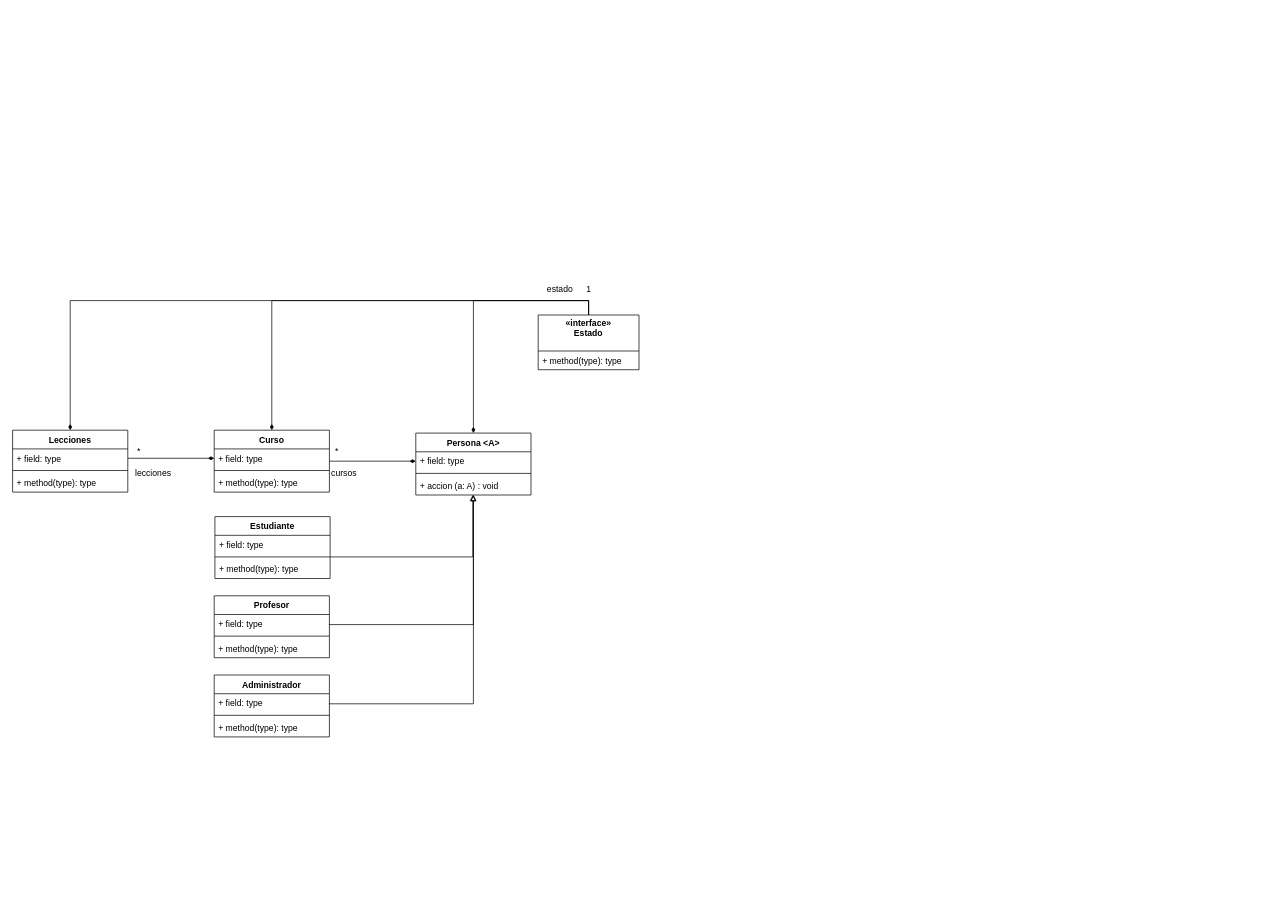
This is Propuesta1ProyectoDesarrollo.drawio from ernestod10/Diagramas, a draw.io file, before an edit. Source tidied: cells renumbered, new cells numbered last; positions are measured from the earlier drawing's top-left corner, leaving out a move shared by most shapes. Both pictures are drawn from the tidied source at 72%, with x=0, y=0 at pixel (12, 279).
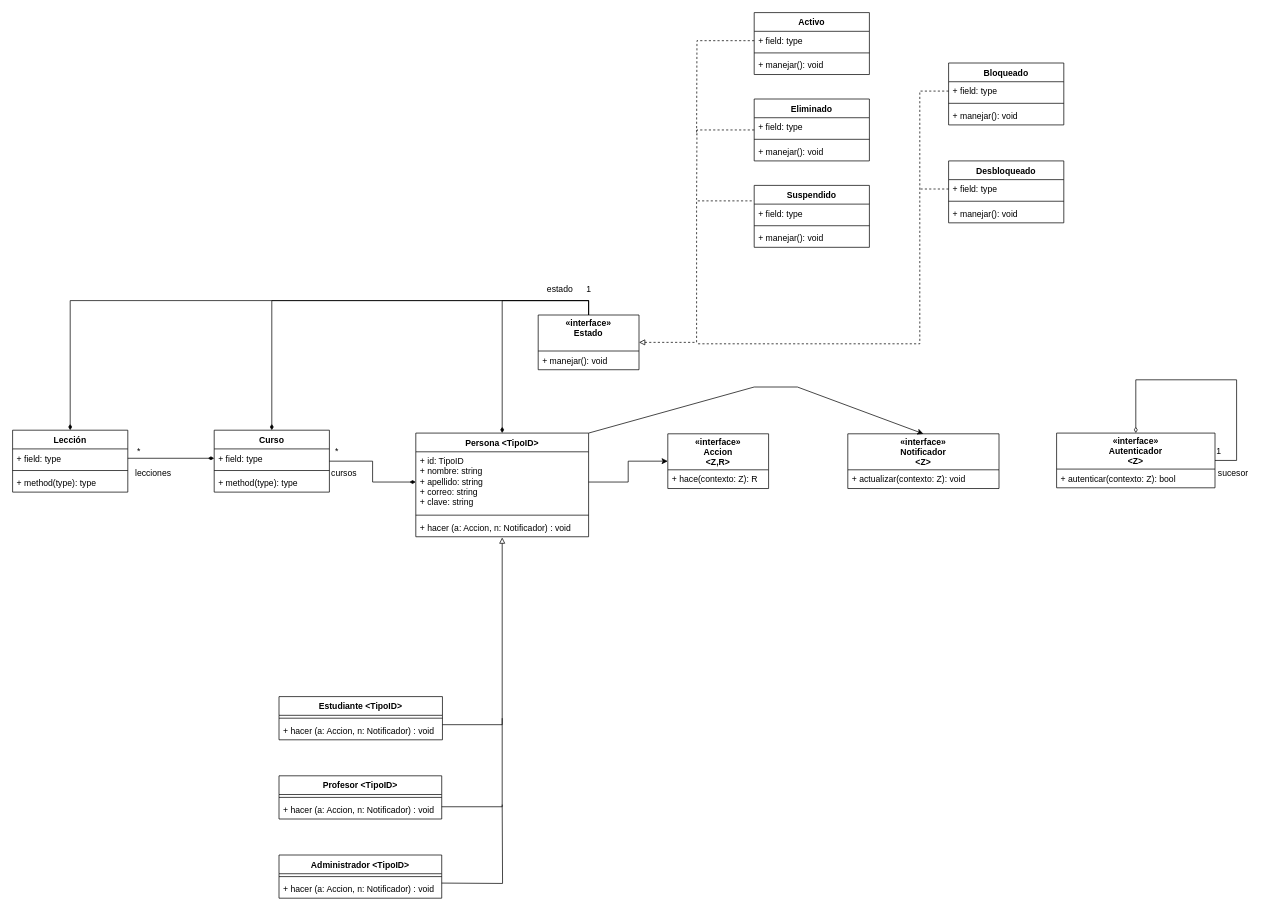
The same page after the edit.

Unchanged cells that the change refers to:
```xml
<mxCell id="21" value="«interface»&#10;Estado&#10;" style="swimlane;fontStyle=1;horizontal=1;startSize=50;fillColor=none;" parent="1" vertex="1">
  <mxGeometry x="730" y="50" width="140" height="76" as="geometry" />
</mxCell>
```

The edit, as a diff of the source:
```diff
@@
+    <mxCell id="42" style="rounded=0;jettySize=auto;html=1;exitX=1;exitY=0;exitDx=0;exitDy=0;entryX=0.5;entryY=0;entryDx=0;entryDy=0;strokeColor=default;endArrow=classic;endFill=1;" parent="1" edge="1" source="2" target="48">
+      <mxGeometry relative="1" as="geometry">
+        <Array as="points">
+          <mxPoint x="1030" y="150" />
+          <mxPoint x="1090" y="150" />
+        </Array>
+      </mxGeometry>
+    </mxCell>
-    <mxCell id="2" value="Persona &lt;A&gt;" style="swimlane;fontStyle=1;align=center;verticalAlign=top;horizontal=1;startSize=26;" parent="1" vertex="1">
-      <mxGeometry x="560" y="214" width="160" height="86" as="geometry" />
+    <mxCell id="2" value="Persona &lt;TipoID&gt;" style="swimlane;fontStyle=1;align=center;verticalAlign=top;horizontal=1;startSize=26;" parent="1" vertex="1">
+      <mxGeometry x="560" y="214" width="240" height="144" as="geometry" />
     </mxCell>
-    <mxCell id="3" value="+ field: type" style="text;strokeColor=none;fillColor=none;align=left;verticalAlign=top;spacingLeft=4;spacingRight=4;overflow=hidden;points=[[0,0.5],[1,0.5]];portConstraint=eastwest;" parent="2" vertex="1">
-      <mxGeometry y="26" width="160" height="26" as="geometry" />
+    <mxCell id="3" value="+ id: TipoID&#10;+ nombre: string&#10;+ apellido: string&#10;+ correo: string&#10;+ clave: string&#10;" style="text;strokeColor=none;fillColor=none;align=left;verticalAlign=top;spacingLeft=4;spacingRight=4;overflow=hidden;points=[[0,0.5],[1,0.5]];portConstraint=eastwest;" parent="2" vertex="1">
+      <mxGeometry y="26" width="240" height="84" as="geometry" />
     </mxCell>
     <mxCell id="4" style="line;strokeWidth=1;fillColor=none;align=left;verticalAlign=middle;spacingTop=-1;spacingLeft=3;spacingRight=3;labelPosition=right;strokeColor=inherit;" parent="2" vertex="1">
-      <mxGeometry y="52" width="160" height="8" as="geometry" />
+      <mxGeometry y="110" width="240" height="8" as="geometry" />
     </mxCell>
-    <mxCell id="5" value="+ accion (a: A) : void" style="text;strokeColor=none;fillColor=none;align=left;verticalAlign=top;spacingLeft=4;spacingRight=4;overflow=hidden;points=[[0,0.5],[1,0.5]];portConstraint=eastwest;" parent="2" vertex="1">
-      <mxGeometry y="60" width="160" height="26" as="geometry" />
+    <mxCell id="5" value="+ hacer (a: Accion, n: Notificador) : void" style="text;strokeColor=none;fillColor=none;align=left;verticalAlign=top;spacingLeft=4;spacingRight=4;overflow=hidden;points=[[0,0.5],[1,0.5]];portConstraint=eastwest;" parent="2" vertex="1">
+      <mxGeometry y="118" width="240" height="26" as="geometry" />
     </mxCell>
-    <mxCell id="6" value="Estudiante" style="swimlane;fontStyle=1;align=center;verticalAlign=top;horizontal=1;startSize=26;" parent="1" vertex="1">
-      <mxGeometry x="281" y="330" width="160" height="86" as="geometry" />
+    <mxCell id="6" value="Estudiante &lt;TipoID&gt;" style="swimlane;fontStyle=1;align=center;verticalAlign=top;horizontal=1;startSize=26;" parent="1" vertex="1">
+      <mxGeometry x="370" y="580" width="227" height="60" as="geometry" />
     </mxCell>
-    <mxCell id="7" value="+ field: type" style="text;strokeColor=none;fillColor=none;align=left;verticalAlign=top;spacingLeft=4;spacingRight=4;overflow=hidden;" parent="6" vertex="1">
-      <mxGeometry y="26" width="160" height="26" as="geometry" />
-    </mxCell>
     <mxCell id="8" style="line;strokeWidth=1;fillColor=none;align=left;verticalAlign=middle;spacingTop=-1;spacingLeft=3;spacingRight=3;labelPosition=right;points=[];portConstraint=eastwest;strokeColor=inherit;" parent="6" vertex="1">
-      <mxGeometry y="52" width="160" height="8" as="geometry" />
+      <mxGeometry y="26" width="227" height="8" as="geometry" />
     </mxCell>
-    <mxCell id="9" value="+ method(type): type" style="text;strokeColor=none;fillColor=none;align=left;verticalAlign=top;spacingLeft=4;spacingRight=4;overflow=hidden;" parent="6" vertex="1">
-      <mxGeometry y="60" width="160" height="26" as="geometry" />
+    <mxCell id="9" value="+ hacer (a: Accion, n: Notificador) : void" style="text;strokeColor=none;fillColor=none;align=left;verticalAlign=top;spacingLeft=4;spacingRight=4;overflow=hidden;" parent="6" vertex="1">
+      <mxGeometry y="34" width="227" height="26" as="geometry" />
     </mxCell>
+    <mxCell id="43" style="edgeStyle=orthogonalEdgeStyle;rounded=0;jettySize=auto;html=1;strokeColor=default;endArrow=none;endFill=0;" parent="1" edge="1" source="10">
+      <mxGeometry relative="1" as="geometry">
+        <mxPoint x="680" y="610" as="targetPoint" />
+        <Array as="points">
+          <mxPoint x="680" y="733" />
+        </Array>
+      </mxGeometry>
+    </mxCell>
-    <mxCell id="10" value="Profesor" style="swimlane;fontStyle=1;align=center;verticalAlign=top;horizontal=1;startSize=26;" parent="1" vertex="1">
-      <mxGeometry x="280" y="440" width="160" height="86" as="geometry" />
+    <mxCell id="10" value="Profesor &lt;TipoID&gt;" style="swimlane;fontStyle=1;align=center;verticalAlign=top;horizontal=1;startSize=26;" parent="1" vertex="1">
+      <mxGeometry x="370" y="690" width="226" height="60" as="geometry" />
     </mxCell>
-    <mxCell id="11" value="+ field: type" style="text;strokeColor=none;fillColor=none;align=left;verticalAlign=top;spacingLeft=4;spacingRight=4;overflow=hidden;points=[[0,0.5],[1,0.5]];portConstraint=eastwest;" parent="10" vertex="1">
-      <mxGeometry y="26" width="160" height="26" as="geometry" />
-    </mxCell>
     <mxCell id="12" style="line;strokeWidth=1;fillColor=none;align=left;verticalAlign=middle;spacingTop=-1;spacingLeft=3;spacingRight=3;labelPosition=right;strokeColor=inherit;" parent="10" vertex="1">
-      <mxGeometry y="52" width="160" height="8" as="geometry" />
+      <mxGeometry y="26" width="226" height="8" as="geometry" />
     </mxCell>
-    <mxCell id="13" value="+ method(type): type" style="text;strokeColor=none;fillColor=none;align=left;verticalAlign=top;spacingLeft=4;spacingRight=4;overflow=hidden;" parent="10" vertex="1">
-      <mxGeometry y="60" width="160" height="26" as="geometry" />
+    <mxCell id="13" value="+ hacer (a: Accion, n: Notificador) : void" style="text;strokeColor=none;fillColor=none;align=left;verticalAlign=top;spacingLeft=4;spacingRight=4;overflow=hidden;" parent="10" vertex="1">
+      <mxGeometry y="34" width="226" height="26" as="geometry" />
     </mxCell>
-    <mxCell id="14" value="Administrador" style="swimlane;fontStyle=1;align=center;verticalAlign=top;horizontal=1;startSize=26;" parent="1" vertex="1">
-      <mxGeometry x="280" y="550" width="160" height="86" as="geometry" />
+    <mxCell id="14" value="Administrador &lt;TipoID&gt;" style="swimlane;fontStyle=1;align=center;verticalAlign=top;horizontal=1;startSize=26;" parent="1" vertex="1">
+      <mxGeometry x="370" y="800" width="226" height="60" as="geometry" />
     </mxCell>
-    <mxCell id="15" value="+ field: type" style="text;strokeColor=none;fillColor=none;align=left;verticalAlign=top;spacingLeft=4;spacingRight=4;overflow=hidden;points=[[0,0.5],[1,0.5]];portConstraint=eastwest;" parent="14" vertex="1">
-      <mxGeometry y="26" width="160" height="26" as="geometry" />
-    </mxCell>
     <mxCell id="16" style="line;strokeWidth=1;fillColor=none;align=left;verticalAlign=middle;spacingTop=-1;spacingLeft=3;spacingRight=3;labelPosition=right;strokeColor=inherit;" parent="14" vertex="1">
-      <mxGeometry y="52" width="160" height="8" as="geometry" />
+      <mxGeometry y="26" width="226" height="8" as="geometry" />
     </mxCell>
-    <mxCell id="17" value="+ method(type): type" style="text;strokeColor=none;fillColor=none;align=left;verticalAlign=top;spacingLeft=4;spacingRight=4;overflow=hidden;" parent="14" vertex="1">
-      <mxGeometry y="60" width="160" height="26" as="geometry" />
+    <mxCell id="17" value="+ hacer (a: Accion, n: Notificador) : void" style="text;strokeColor=none;fillColor=none;align=left;verticalAlign=top;spacingLeft=4;spacingRight=4;overflow=hidden;" parent="14" vertex="1">
+      <mxGeometry y="34" width="226" height="26" as="geometry" />
     </mxCell>
@@
+    <mxCell id="44" style="edgeStyle=orthogonalEdgeStyle;rounded=0;jettySize=auto;html=1;entryX=0;entryY=0.25;entryDx=0;entryDy=0;strokeColor=default;endArrow=none;endFill=0;startArrow=block;startFill=0;dashed=1;" parent="1" edge="1" source="21" target="57">
+      <mxGeometry relative="1" as="geometry" />
+    </mxCell>
@@
-    <mxCell id="22" value="+ method(type): type" style="text;strokeColor=none;fillColor=none;align=left;verticalAlign=top;spacingLeft=4;spacingRight=4;overflow=hidden;" parent="21" vertex="1">
+    <mxCell id="22" value="+ manejar(): void" style="text;strokeColor=none;fillColor=none;align=left;verticalAlign=top;spacingLeft=4;spacingRight=4;overflow=hidden;" parent="21" vertex="1">
       <mxGeometry y="50" width="140" height="26" as="geometry" />
     </mxCell>
@@
-    <mxCell id="30" value="Lecciones" style="swimlane;fontStyle=1;align=center;verticalAlign=top;horizontal=1;startSize=26;" parent="1" vertex="1">
+    <mxCell id="30" value="Lección" style="swimlane;fontStyle=1;align=center;verticalAlign=top;horizontal=1;startSize=26;" parent="1" vertex="1">
       <mxGeometry y="210" width="160" height="86" as="geometry" />
     </mxCell>
@@
-    <mxCell id="39" style="edgeStyle=orthogonalEdgeStyle;rounded=0;jettySize=auto;html=1;entryX=0.495;entryY=0.987;entryDx=0;entryDy=0;entryPerimeter=0;endArrow=block;endFill=0;" parent="1" edge="1" source="8" target="5">
-      <mxGeometry relative="1" as="geometry">
-        <Array as="points">
-          <mxPoint x="639" y="386" />
-        </Array>
-      </mxGeometry>
-    </mxCell>
-    <mxCell id="40" style="edgeStyle=orthogonalEdgeStyle;rounded=0;jettySize=auto;html=1;endArrow=block;endFill=0;exitX=1;exitY=0.5;exitDx=0;exitDy=0;strokeColor=default;" parent="1" edge="1" source="11">
-      <mxGeometry relative="1" as="geometry">
-        <mxPoint x="640" y="300" as="targetPoint" />
-        <Array as="points">
-          <mxPoint x="640" y="480" />
-        </Array>
-      </mxGeometry>
-    </mxCell>
-    <mxCell id="41" style="edgeStyle=orthogonalEdgeStyle;rounded=0;jettySize=auto;html=1;endArrow=block;endFill=0;exitX=1;exitY=0.5;exitDx=0;exitDy=0;strokeColor=default;" parent="1" edge="1" source="15" target="5">
-      <mxGeometry relative="1" as="geometry">
-        <Array as="points">
-          <mxPoint x="440" y="590" />
-          <mxPoint x="640" y="590" />
-        </Array>
-      </mxGeometry>
-    </mxCell>
+    <mxCell id="45" value="«interface»&#10;Accion&#10;&lt;Z,R&gt;" style="swimlane;fontStyle=1;horizontal=1;startSize=50;fillColor=none;" parent="1" vertex="1">
+      <mxGeometry x="910" y="215" width="140" height="76" as="geometry" />
+    </mxCell>
+    <mxCell id="46" value="+ hace(contexto: Z): R" style="text;strokeColor=none;fillColor=none;align=left;verticalAlign=top;spacingLeft=4;spacingRight=4;overflow=hidden;" parent="45" vertex="1">
+      <mxGeometry y="50" width="140" height="26" as="geometry" />
+    </mxCell>
+    <mxCell id="47" style="edgeStyle=orthogonalEdgeStyle;rounded=0;jettySize=auto;html=1;exitX=1;exitY=0.5;exitDx=0;exitDy=0;entryX=0;entryY=0.5;entryDx=0;entryDy=0;strokeColor=default;endArrow=classic;endFill=1;" parent="1" edge="1" source="3" target="45">
+      <mxGeometry relative="1" as="geometry" />
+    </mxCell>
+    <mxCell id="48" value="«interface»&#10;Notificador&#10;&lt;Z&gt;" style="swimlane;fontStyle=1;horizontal=1;startSize=50;fillColor=none;" parent="1" vertex="1">
+      <mxGeometry x="1160" y="215" width="210" height="76" as="geometry" />
+    </mxCell>
+    <mxCell id="49" value="+ actualizar(contexto: Z): void" style="text;strokeColor=none;fillColor=none;align=left;verticalAlign=top;spacingLeft=4;spacingRight=4;overflow=hidden;" parent="48" vertex="1">
+      <mxGeometry y="50" width="210" height="26" as="geometry" />
+    </mxCell>
+    <mxCell id="50" value="«interface»&#10;Autenticador&#10;&lt;Z&gt;" style="swimlane;fontStyle=1;horizontal=1;startSize=50;fillColor=none;" parent="1" vertex="1">
+      <mxGeometry x="1450" y="214" width="220" height="76" as="geometry" />
+    </mxCell>
+    <mxCell id="51" value="+ autenticar(contexto: Z): bool" style="text;strokeColor=none;fillColor=none;align=left;verticalAlign=top;spacingLeft=4;spacingRight=4;overflow=hidden;" parent="50" vertex="1">
+      <mxGeometry y="50" width="220" height="26" as="geometry" />
+    </mxCell>
+    <mxCell id="52" style="edgeStyle=orthogonalEdgeStyle;rounded=0;orthogonalLoop=1;jettySize=auto;html=1;exitX=1;exitY=0.5;exitDx=0;exitDy=0;entryX=0.5;entryY=0;entryDx=0;entryDy=0;strokeColor=default;endArrow=diamondThin;endFill=0;" parent="1" edge="1" source="50" target="50">
+      <mxGeometry relative="1" as="geometry">
+        <Array as="points">
+          <mxPoint x="1700" y="252" />
+          <mxPoint x="1700" y="140" />
+          <mxPoint x="1560" y="140" />
+        </Array>
+      </mxGeometry>
+    </mxCell>
+    <mxCell id="53" value="1" style="text;html=1;align=center;verticalAlign=middle;strokeColor=none;fillColor=none;" parent="1" vertex="1">
+      <mxGeometry x="1660" y="225" width="30" height="30" as="geometry" />
+    </mxCell>
+    <mxCell id="54" value="sucesor" style="text;html=1;align=center;verticalAlign=middle;strokeColor=none;fillColor=none;" parent="1" vertex="1">
+      <mxGeometry x="1660" y="255" width="70" height="30" as="geometry" />
+    </mxCell>
+    <mxCell id="55" style="edgeStyle=orthogonalEdgeStyle;rounded=0;orthogonalLoop=1;jettySize=auto;html=1;strokeColor=default;endArrow=block;endFill=0;" parent="1" edge="1">
+      <mxGeometry relative="1" as="geometry">
+        <mxPoint x="597" y="619" as="sourcePoint" />
+        <mxPoint x="680" y="359" as="targetPoint" />
+        <Array as="points">
+          <mxPoint x="680" y="619" />
+          <mxPoint x="680" y="359" />
+        </Array>
+      </mxGeometry>
+    </mxCell>
+    <mxCell id="56" style="edgeStyle=orthogonalEdgeStyle;rounded=0;orthogonalLoop=1;jettySize=auto;html=1;strokeColor=default;endArrow=none;endFill=0;" parent="1" edge="1">
+      <mxGeometry relative="1" as="geometry">
+        <mxPoint x="596" y="839" as="sourcePoint" />
+        <mxPoint x="680" y="730" as="targetPoint" />
+      </mxGeometry>
+    </mxCell>
+    <mxCell id="57" value="Suspendido" style="swimlane;fontStyle=1;align=center;verticalAlign=top;horizontal=1;startSize=26;" parent="1" vertex="1">
+      <mxGeometry x="1030" y="-130" width="160" height="86" as="geometry" />
+    </mxCell>
+    <mxCell id="58" value="+ field: type" style="text;strokeColor=none;fillColor=none;align=left;verticalAlign=top;spacingLeft=4;spacingRight=4;overflow=hidden;" parent="57" vertex="1">
+      <mxGeometry y="26" width="160" height="26" as="geometry" />
+    </mxCell>
+    <mxCell id="59" style="line;strokeWidth=1;fillColor=none;align=left;verticalAlign=middle;spacingTop=-1;spacingLeft=3;spacingRight=3;labelPosition=right;strokeColor=inherit;" parent="57" vertex="1">
+      <mxGeometry y="52" width="160" height="8" as="geometry" />
+    </mxCell>
+    <mxCell id="60" value="+ manejar(): void" style="text;strokeColor=none;fillColor=none;align=left;verticalAlign=top;spacingLeft=4;spacingRight=4;overflow=hidden;" parent="57" vertex="1">
+      <mxGeometry y="60" width="160" height="26" as="geometry" />
+    </mxCell>
+    <mxCell id="61" style="edgeStyle=orthogonalEdgeStyle;rounded=0;jettySize=auto;html=1;dashed=1;strokeColor=default;startArrow=none;startFill=0;endArrow=none;endFill=0;" parent="1" edge="1" source="62">
+      <mxGeometry relative="1" as="geometry">
+        <mxPoint x="950" y="-110" as="targetPoint" />
+      </mxGeometry>
+    </mxCell>
+    <mxCell id="62" value="Eliminado" style="swimlane;fontStyle=1;align=center;verticalAlign=top;horizontal=1;startSize=26;" parent="1" vertex="1">
+      <mxGeometry x="1030" y="-250" width="160" height="86" as="geometry" />
+    </mxCell>
+    <mxCell id="63" value="+ field: type" style="text;strokeColor=none;fillColor=none;align=left;verticalAlign=top;spacingLeft=4;spacingRight=4;overflow=hidden;" parent="62" vertex="1">
+      <mxGeometry y="26" width="160" height="26" as="geometry" />
+    </mxCell>
+    <mxCell id="64" style="line;strokeWidth=1;fillColor=none;align=left;verticalAlign=middle;spacingTop=-1;spacingLeft=3;spacingRight=3;labelPosition=right;strokeColor=inherit;" parent="62" vertex="1">
+      <mxGeometry y="52" width="160" height="8" as="geometry" />
+    </mxCell>
+    <mxCell id="65" value="+ manejar(): void" style="text;strokeColor=none;fillColor=none;align=left;verticalAlign=top;spacingLeft=4;spacingRight=4;overflow=hidden;" parent="62" vertex="1">
+      <mxGeometry y="60" width="160" height="26" as="geometry" />
+    </mxCell>
+    <mxCell id="66" value="Activo" style="swimlane;fontStyle=1;align=center;verticalAlign=top;horizontal=1;startSize=26;" parent="1" vertex="1">
+      <mxGeometry x="1030" y="-370" width="160" height="86" as="geometry" />
+    </mxCell>
+    <mxCell id="67" value="+ field: type" style="text;strokeColor=none;fillColor=none;align=left;verticalAlign=top;spacingLeft=4;spacingRight=4;overflow=hidden;points=[[0,0.5],[1,0.5]];portConstraint=eastwest;" parent="66" vertex="1">
+      <mxGeometry y="26" width="160" height="26" as="geometry" />
+    </mxCell>
+    <mxCell id="68" style="line;strokeWidth=1;fillColor=none;align=left;verticalAlign=middle;spacingTop=-1;spacingLeft=3;spacingRight=3;labelPosition=right;strokeColor=inherit;" parent="66" vertex="1">
+      <mxGeometry y="52" width="160" height="8" as="geometry" />
+    </mxCell>
+    <mxCell id="69" value="+ manejar(): void" style="text;strokeColor=none;fillColor=none;align=left;verticalAlign=top;spacingLeft=4;spacingRight=4;overflow=hidden;" parent="66" vertex="1">
+      <mxGeometry y="60" width="160" height="26" as="geometry" />
+    </mxCell>
+    <mxCell id="70" value="Bloqueado" style="swimlane;fontStyle=1;align=center;verticalAlign=top;horizontal=1;startSize=26;" parent="1" vertex="1">
+      <mxGeometry x="1300" y="-300" width="160" height="86" as="geometry" />
+    </mxCell>
+    <mxCell id="71" value="+ field: type" style="text;strokeColor=none;fillColor=none;align=left;verticalAlign=top;spacingLeft=4;spacingRight=4;overflow=hidden;points=[[0,0.5],[1,0.5]];portConstraint=eastwest;" parent="70" vertex="1">
+      <mxGeometry y="26" width="160" height="26" as="geometry" />
+    </mxCell>
+    <mxCell id="72" style="line;strokeWidth=1;fillColor=none;align=left;verticalAlign=middle;spacingTop=-1;spacingLeft=3;spacingRight=3;labelPosition=right;strokeColor=inherit;" parent="70" vertex="1">
+      <mxGeometry y="52" width="160" height="8" as="geometry" />
+    </mxCell>
+    <mxCell id="73" value="+ manejar(): void" style="text;strokeColor=none;fillColor=none;align=left;verticalAlign=top;spacingLeft=4;spacingRight=4;overflow=hidden;" parent="70" vertex="1">
+      <mxGeometry y="60" width="160" height="26" as="geometry" />
+    </mxCell>
+    <mxCell id="74" value="Desbloqueado" style="swimlane;fontStyle=1;align=center;verticalAlign=top;horizontal=1;startSize=26;" parent="1" vertex="1">
+      <mxGeometry x="1300" y="-164" width="160" height="86" as="geometry" />
+    </mxCell>
+    <mxCell id="75" value="+ field: type" style="text;strokeColor=none;fillColor=none;align=left;verticalAlign=top;spacingLeft=4;spacingRight=4;overflow=hidden;points=[[0,0.5],[1,0.5]];portConstraint=eastwest;" parent="74" vertex="1">
+      <mxGeometry y="26" width="160" height="26" as="geometry" />
+    </mxCell>
+    <mxCell id="76" style="line;strokeWidth=1;fillColor=none;align=left;verticalAlign=middle;spacingTop=-1;spacingLeft=3;spacingRight=3;labelPosition=right;strokeColor=inherit;" parent="74" vertex="1">
+      <mxGeometry y="52" width="160" height="8" as="geometry" />
+    </mxCell>
+    <mxCell id="77" value="+ manejar(): void" style="text;strokeColor=none;fillColor=none;align=left;verticalAlign=top;spacingLeft=4;spacingRight=4;overflow=hidden;" parent="74" vertex="1">
+      <mxGeometry y="60" width="160" height="26" as="geometry" />
+    </mxCell>
+    <mxCell id="78" style="edgeStyle=orthogonalEdgeStyle;rounded=0;jettySize=auto;html=1;dashed=1;strokeColor=default;startArrow=none;startFill=0;endArrow=none;endFill=0;" parent="1" edge="1" source="67">
+      <mxGeometry relative="1" as="geometry">
+        <mxPoint x="950" y="-200" as="targetPoint" />
+      </mxGeometry>
+    </mxCell>
+    <mxCell id="79" style="edgeStyle=orthogonalEdgeStyle;rounded=0;jettySize=auto;html=1;dashed=1;strokeColor=default;startArrow=none;startFill=0;endArrow=none;endFill=0;" parent="1" edge="1" source="71">
+      <mxGeometry relative="1" as="geometry">
+        <mxPoint x="950" y="90" as="targetPoint" />
+        <Array as="points">
+          <mxPoint x="1260" y="-261" />
+          <mxPoint x="1260" y="90" />
+        </Array>
+      </mxGeometry>
+    </mxCell>
+    <mxCell id="80" style="edgeStyle=orthogonalEdgeStyle;rounded=0;jettySize=auto;html=1;dashed=1;strokeColor=default;startArrow=none;startFill=0;endArrow=none;endFill=0;" parent="1" edge="1" source="75">
+      <mxGeometry relative="1" as="geometry">
+        <mxPoint x="1260" y="-125" as="targetPoint" />
+      </mxGeometry>
+    </mxCell>
```
